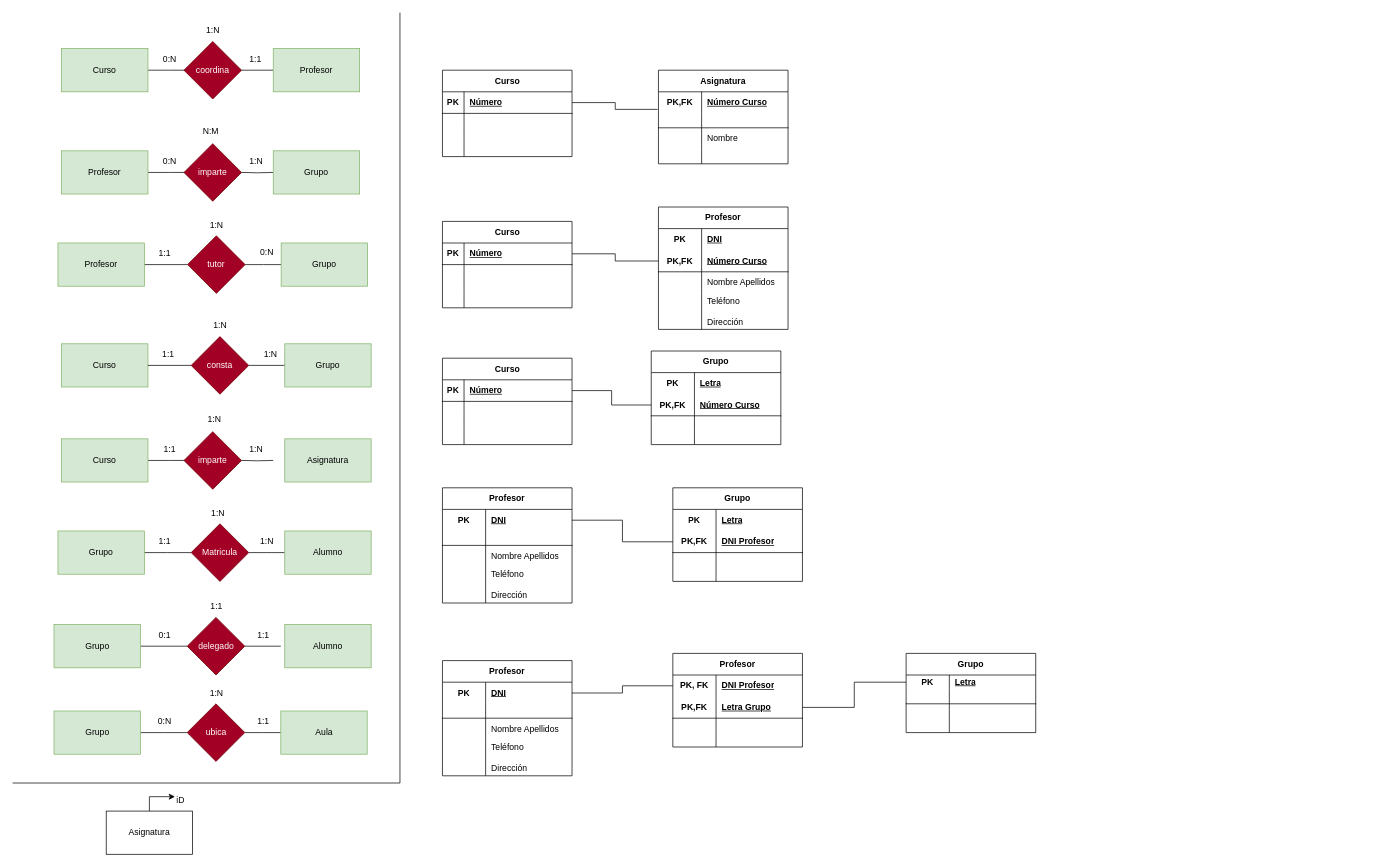
Earlier version of the draw.io diagram Unidad-2/Ejercicio-calificable-Docente-(MR-2)/Ejercicio-calificable-Docente-(MR-2).drawio (jpprguezz/BAE). Source tidied: cells renumbered, new cells numbered last; positions are measured from the earlier drawing's top-left corner, leaving out a move shared by most shapes. Both pictures are drawn from the tidied source at 72%, with x=0, y=0 at pixel (12, 12).
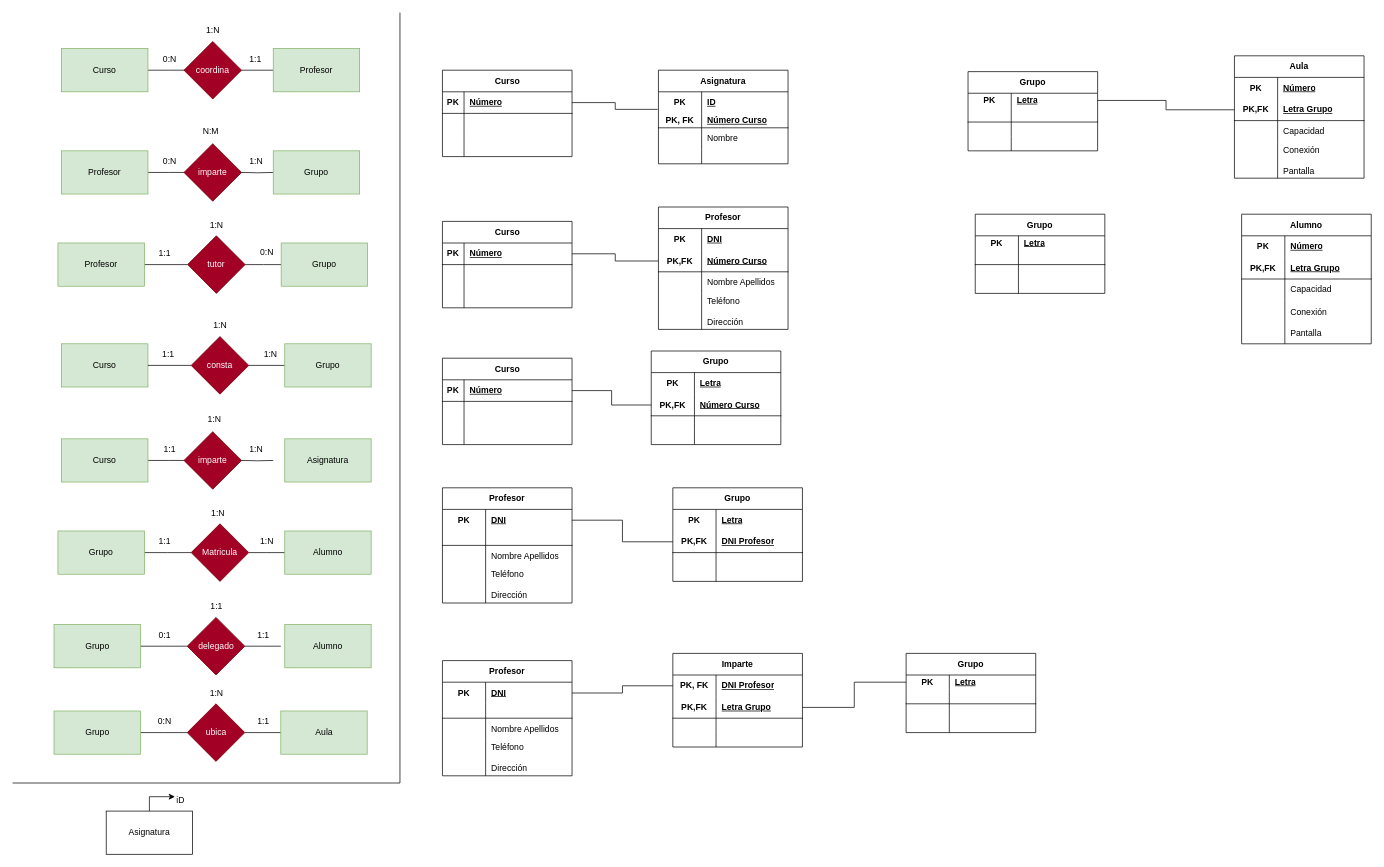
The same page after the edit.

The change refers to these unchanged cells:
```xml
<mxCell id="85" style="shape=tableRow;horizontal=0;startSize=0;swimlaneHead=0;swimlaneBody=0;fillColor=none;points=[[0,0.5],[1,0.5]];portConstraint=eastwest;top=0;left=0;right=0;bottom=0;html=1;" parent="84" vertex="1">
  <mxGeometry y="30" width="180" height="30" as="geometry" />
</mxCell>
<mxCell id="88" style="shape=tableRow;horizontal=0;startSize=0;swimlaneHead=0;swimlaneBody=0;fillColor=none;top=0;left=0;right=0;bottom=1;html=1;" parent="84" vertex="1">
  <mxGeometry y="60" width="180" height="20" as="geometry" />
</mxCell>
```

Diff of the diagram source:
```diff
@@
-    <mxCell id="86" value="PK,FK" style="shape=partialRectangle;fillColor=none;top=0;left=0;bottom=0;right=0;fontStyle=1;overflow=hidden;html=1;whiteSpace=wrap;" parent="85" vertex="1">
+    <mxCell id="86" value="PK" style="shape=partialRectangle;fillColor=none;top=0;left=0;bottom=0;right=0;fontStyle=1;overflow=hidden;html=1;whiteSpace=wrap;" parent="85" vertex="1">
       <mxGeometry width="60" height="30" as="geometry" />
     </mxCell>
-    <mxCell id="87" value="Número Curso" style="shape=partialRectangle;fillColor=none;top=0;left=0;bottom=0;right=0;align=left;spacingLeft=6;fontStyle=5;overflow=hidden;html=1;whiteSpace=wrap;" parent="85" vertex="1">
+    <mxCell id="87" value="ID" style="shape=partialRectangle;fillColor=none;top=0;left=0;bottom=0;right=0;align=left;spacingLeft=6;fontStyle=5;overflow=hidden;html=1;whiteSpace=wrap;" parent="85" vertex="1">
       <mxGeometry x="60" width="120" height="30" as="geometry" />
     </mxCell>
@@
-    <mxCell id="89" style="shape=partialRectangle;fillColor=none;top=0;left=0;bottom=0;right=0;fontStyle=1;overflow=hidden;html=1;whiteSpace=wrap;" parent="88" vertex="1">
+    <mxCell id="89" value="PK, FK" style="shape=partialRectangle;fillColor=none;top=0;left=0;bottom=0;right=0;fontStyle=1;overflow=hidden;html=1;whiteSpace=wrap;" parent="88" vertex="1">
       <mxGeometry width="60" height="20" as="geometry" />
     </mxCell>
-    <mxCell id="90" style="shape=partialRectangle;fillColor=none;top=0;left=0;bottom=0;right=0;align=left;spacingLeft=6;fontStyle=5;overflow=hidden;html=1;whiteSpace=wrap;" parent="88" vertex="1">
+    <mxCell id="90" value="Número Curso" style="shape=partialRectangle;fillColor=none;top=0;left=0;bottom=0;right=0;align=left;spacingLeft=6;fontStyle=5;overflow=hidden;html=1;whiteSpace=wrap;" parent="88" vertex="1">
       <mxGeometry x="60" width="120" height="20" as="geometry" />
     </mxCell>
@@
-    <mxCell id="205" value="Profesor" style="shape=table;startSize=30;childLayout=tableLayout;rowLines=0;fontStyle=1;align=center;html=1;whiteSpace=wrap;" parent="1" vertex="1">
+    <mxCell id="205" value="Imparte" style="shape=table;startSize=30;childLayout=tableLayout;rowLines=0;fontStyle=1;align=center;html=1;whiteSpace=wrap;" parent="1" vertex="1">
       <mxGeometry x="917" y="890" width="180" height="130" as="geometry" />
     </mxCell>
@@
+    <mxCell id="220" value="Grupo" style="shape=table;startSize=30;childLayout=tableLayout;rowLines=0;fontStyle=1;align=center;html=1;whiteSpace=wrap;" parent="1" vertex="1">
+      <mxGeometry x="1327" y="82" width="180" height="110" as="geometry" />
+    </mxCell>
+    <mxCell id="221" style="shape=tableRow;horizontal=0;startSize=0;swimlaneHead=0;swimlaneBody=0;fillColor=none;points=[[0,0.5],[1,0.5]];portConstraint=eastwest;top=0;left=0;right=0;bottom=0;html=1;" parent="220" vertex="1">
+      <mxGeometry y="30" width="180" height="20" as="geometry" />
+    </mxCell>
+    <mxCell id="222" value="PK" style="shape=partialRectangle;fillColor=none;top=0;left=0;bottom=0;right=0;fontStyle=1;overflow=hidden;html=1;whiteSpace=wrap;" parent="221" vertex="1">
+      <mxGeometry width="60" height="20" as="geometry" />
+    </mxCell>
+    <mxCell id="223" value="Letra" style="shape=partialRectangle;fillColor=none;top=0;left=0;bottom=0;right=0;align=left;spacingLeft=6;fontStyle=5;overflow=hidden;html=1;whiteSpace=wrap;" parent="221" vertex="1">
+      <mxGeometry x="60" width="120" height="20" as="geometry" />
+    </mxCell>
+    <mxCell id="224" style="shape=tableRow;horizontal=0;startSize=0;swimlaneHead=0;swimlaneBody=0;fillColor=none;top=0;left=0;right=0;bottom=1;html=1;" parent="220" vertex="1">
+      <mxGeometry y="50" width="180" height="20" as="geometry" />
+    </mxCell>
+    <mxCell id="225" style="shape=partialRectangle;fillColor=none;top=0;left=0;bottom=0;right=0;fontStyle=1;overflow=hidden;html=1;whiteSpace=wrap;" parent="224" vertex="1">
+      <mxGeometry width="60" height="20" as="geometry" />
+    </mxCell>
+    <mxCell id="226" style="shape=partialRectangle;fillColor=none;top=0;left=0;bottom=0;right=0;align=left;spacingLeft=6;fontStyle=5;overflow=hidden;html=1;whiteSpace=wrap;" parent="224" vertex="1">
+      <mxGeometry x="60" width="120" height="20" as="geometry" />
+    </mxCell>
+    <mxCell id="227" style="shape=tableRow;horizontal=0;startSize=0;swimlaneHead=0;swimlaneBody=0;fillColor=none;top=0;left=0;right=0;bottom=0;html=1;" parent="220" vertex="1">
+      <mxGeometry y="70" width="180" height="20" as="geometry" />
+    </mxCell>
+    <mxCell id="228" style="shape=partialRectangle;fillColor=none;top=0;left=0;bottom=0;right=0;overflow=hidden;html=1;whiteSpace=wrap;" parent="227" vertex="1">
+      <mxGeometry width="60" height="20" as="geometry" />
+    </mxCell>
+    <mxCell id="229" style="shape=partialRectangle;fillColor=none;top=0;left=0;bottom=0;right=0;align=left;spacingLeft=6;overflow=hidden;html=1;whiteSpace=wrap;" parent="227" vertex="1">
+      <mxGeometry x="60" width="120" height="20" as="geometry" />
+    </mxCell>
+    <mxCell id="230" style="shape=tableRow;horizontal=0;startSize=0;swimlaneHead=0;swimlaneBody=0;fillColor=none;top=0;left=0;right=0;bottom=0;html=1;" parent="220" vertex="1">
+      <mxGeometry y="90" width="180" height="20" as="geometry" />
+    </mxCell>
+    <mxCell id="231" style="shape=partialRectangle;fillColor=none;top=0;left=0;bottom=0;right=0;overflow=hidden;html=1;whiteSpace=wrap;" parent="230" vertex="1">
+      <mxGeometry width="60" height="20" as="geometry" />
+    </mxCell>
+    <mxCell id="232" style="shape=partialRectangle;fillColor=none;top=0;left=0;bottom=0;right=0;align=left;spacingLeft=6;overflow=hidden;html=1;whiteSpace=wrap;" parent="230" vertex="1">
+      <mxGeometry x="60" width="120" height="20" as="geometry" />
+    </mxCell>
+    <mxCell id="233" value="Aula" style="shape=table;startSize=30;childLayout=tableLayout;rowLines=0;fontStyle=1;align=center;html=1;whiteSpace=wrap;" parent="1" vertex="1">
+      <mxGeometry x="1697" y="60" width="180" height="170" as="geometry" />
+    </mxCell>
+    <mxCell id="234" style="shape=tableRow;horizontal=0;startSize=0;swimlaneHead=0;swimlaneBody=0;fillColor=none;top=0;left=0;right=0;bottom=0;html=1;" parent="233" vertex="1">
+      <mxGeometry y="30" width="180" height="30" as="geometry" />
+    </mxCell>
+    <mxCell id="235" value="PK" style="shape=partialRectangle;fillColor=none;top=0;left=0;bottom=0;right=0;fontStyle=1;overflow=hidden;html=1;whiteSpace=wrap;" parent="234" vertex="1">
+      <mxGeometry width="60" height="30" as="geometry" />
+    </mxCell>
+    <mxCell id="236" value="Número" style="shape=partialRectangle;fillColor=none;top=0;left=0;bottom=0;right=0;align=left;spacingLeft=6;fontStyle=5;overflow=hidden;html=1;whiteSpace=wrap;" parent="234" vertex="1">
+      <mxGeometry x="60" width="120" height="30" as="geometry" />
+    </mxCell>
+    <mxCell id="237" style="shape=tableRow;horizontal=0;startSize=0;swimlaneHead=0;swimlaneBody=0;fillColor=none;points=[[0,0.5],[1,0.5]];portConstraint=eastwest;top=0;left=0;right=0;bottom=1;html=1;" parent="233" vertex="1">
+      <mxGeometry y="60" width="180" height="30" as="geometry" />
+    </mxCell>
+    <mxCell id="238" value="PK,FK" style="shape=partialRectangle;fillColor=none;top=0;left=0;bottom=0;right=0;fontStyle=1;overflow=hidden;html=1;whiteSpace=wrap;" parent="237" vertex="1">
+      <mxGeometry width="60" height="30" as="geometry" />
+    </mxCell>
+    <mxCell id="239" value="Letra Grupo" style="shape=partialRectangle;fillColor=none;top=0;left=0;bottom=0;right=0;align=left;spacingLeft=6;fontStyle=5;overflow=hidden;html=1;whiteSpace=wrap;" parent="237" vertex="1">
+      <mxGeometry x="60" width="120" height="30" as="geometry" />
+    </mxCell>
+    <mxCell id="240" style="shape=tableRow;horizontal=0;startSize=0;swimlaneHead=0;swimlaneBody=0;fillColor=none;top=0;left=0;right=0;bottom=0;html=1;" parent="233" vertex="1">
+      <mxGeometry y="90" width="180" height="30" as="geometry" />
+    </mxCell>
+    <mxCell id="241" style="shape=partialRectangle;fillColor=none;top=0;left=0;bottom=0;right=0;overflow=hidden;html=1;whiteSpace=wrap;" parent="240" vertex="1">
+      <mxGeometry width="60" height="30" as="geometry" />
+    </mxCell>
+    <mxCell id="242" value="Capacidad" style="shape=partialRectangle;fillColor=none;top=0;left=0;bottom=0;right=0;align=left;spacingLeft=6;overflow=hidden;html=1;whiteSpace=wrap;" parent="240" vertex="1">
+      <mxGeometry x="60" width="120" height="30" as="geometry" />
+    </mxCell>
+    <mxCell id="243" style="shape=tableRow;horizontal=0;startSize=0;swimlaneHead=0;swimlaneBody=0;fillColor=none;top=0;left=0;right=0;bottom=0;html=1;" parent="233" vertex="1">
+      <mxGeometry y="120" width="180" height="50" as="geometry" />
+    </mxCell>
+    <mxCell id="244" style="shape=partialRectangle;fillColor=none;top=0;left=0;bottom=0;right=0;overflow=hidden;html=1;whiteSpace=wrap;" parent="243" vertex="1">
+      <mxGeometry width="60" height="50" as="geometry" />
+    </mxCell>
+    <mxCell id="245" value="&lt;div&gt;Conexión&lt;/div&gt;&lt;div&gt;&lt;br&gt;&lt;/div&gt;&lt;div&gt;Pantalla&lt;br&gt;&lt;/div&gt;" style="shape=partialRectangle;fillColor=none;top=0;left=0;bottom=0;right=0;align=left;spacingLeft=6;overflow=hidden;html=1;whiteSpace=wrap;" parent="243" vertex="1">
+      <mxGeometry x="60" width="120" height="50" as="geometry" />
+    </mxCell>
+    <mxCell id="246" style="edgeStyle=orthogonalEdgeStyle;rounded=0;jettySize=auto;html=1;entryX=0;entryY=0.5;entryDx=0;entryDy=0;endArrow=none;endFill=0;" parent="1" edge="1" source="221" target="237">
+      <mxGeometry relative="1" as="geometry" />
+    </mxCell>
+    <mxCell id="247" value="Grupo" style="shape=table;startSize=30;childLayout=tableLayout;rowLines=0;fontStyle=1;align=center;html=1;whiteSpace=wrap;" parent="1" vertex="1">
+      <mxGeometry x="1337" y="280" width="180" height="110" as="geometry" />
+    </mxCell>
+    <mxCell id="248" style="shape=tableRow;horizontal=0;startSize=0;swimlaneHead=0;swimlaneBody=0;fillColor=none;top=0;left=0;right=0;bottom=0;html=1;" parent="247" vertex="1">
+      <mxGeometry y="30" width="180" height="20" as="geometry" />
+    </mxCell>
+    <mxCell id="249" value="PK" style="shape=partialRectangle;fillColor=none;top=0;left=0;bottom=0;right=0;fontStyle=1;overflow=hidden;html=1;whiteSpace=wrap;" parent="248" vertex="1">
+      <mxGeometry width="60" height="20" as="geometry" />
+    </mxCell>
+    <mxCell id="250" value="Letra" style="shape=partialRectangle;fillColor=none;top=0;left=0;bottom=0;right=0;align=left;spacingLeft=6;fontStyle=5;overflow=hidden;html=1;whiteSpace=wrap;" parent="248" vertex="1">
+      <mxGeometry x="60" width="120" height="20" as="geometry" />
+    </mxCell>
+    <mxCell id="251" style="shape=tableRow;horizontal=0;startSize=0;swimlaneHead=0;swimlaneBody=0;fillColor=none;top=0;left=0;right=0;bottom=1;html=1;" parent="247" vertex="1">
+      <mxGeometry y="50" width="180" height="20" as="geometry" />
+    </mxCell>
+    <mxCell id="252" style="shape=partialRectangle;fillColor=none;top=0;left=0;bottom=0;right=0;fontStyle=1;overflow=hidden;html=1;whiteSpace=wrap;" parent="251" vertex="1">
+      <mxGeometry width="60" height="20" as="geometry" />
+    </mxCell>
+    <mxCell id="253" style="shape=partialRectangle;fillColor=none;top=0;left=0;bottom=0;right=0;align=left;spacingLeft=6;fontStyle=5;overflow=hidden;html=1;whiteSpace=wrap;" parent="251" vertex="1">
+      <mxGeometry x="60" width="120" height="20" as="geometry" />
+    </mxCell>
+    <mxCell id="254" style="shape=tableRow;horizontal=0;startSize=0;swimlaneHead=0;swimlaneBody=0;fillColor=none;top=0;left=0;right=0;bottom=0;html=1;" parent="247" vertex="1">
+      <mxGeometry y="70" width="180" height="20" as="geometry" />
+    </mxCell>
+    <mxCell id="255" style="shape=partialRectangle;fillColor=none;top=0;left=0;bottom=0;right=0;overflow=hidden;html=1;whiteSpace=wrap;" parent="254" vertex="1">
+      <mxGeometry width="60" height="20" as="geometry" />
+    </mxCell>
+    <mxCell id="256" style="shape=partialRectangle;fillColor=none;top=0;left=0;bottom=0;right=0;align=left;spacingLeft=6;overflow=hidden;html=1;whiteSpace=wrap;" parent="254" vertex="1">
+      <mxGeometry x="60" width="120" height="20" as="geometry" />
+    </mxCell>
+    <mxCell id="257" style="shape=tableRow;horizontal=0;startSize=0;swimlaneHead=0;swimlaneBody=0;fillColor=none;top=0;left=0;right=0;bottom=0;html=1;" parent="247" vertex="1">
+      <mxGeometry y="90" width="180" height="20" as="geometry" />
+    </mxCell>
+    <mxCell id="258" style="shape=partialRectangle;fillColor=none;top=0;left=0;bottom=0;right=0;overflow=hidden;html=1;whiteSpace=wrap;" parent="257" vertex="1">
+      <mxGeometry width="60" height="20" as="geometry" />
+    </mxCell>
+    <mxCell id="259" style="shape=partialRectangle;fillColor=none;top=0;left=0;bottom=0;right=0;align=left;spacingLeft=6;overflow=hidden;html=1;whiteSpace=wrap;" parent="257" vertex="1">
+      <mxGeometry x="60" width="120" height="20" as="geometry" />
+    </mxCell>
+    <mxCell id="260" value="Alumno" style="shape=table;startSize=30;childLayout=tableLayout;rowLines=0;fontStyle=1;align=center;html=1;whiteSpace=wrap;" parent="1" vertex="1">
+      <mxGeometry x="1707" y="280" width="180" height="180" as="geometry" />
+    </mxCell>
+    <mxCell id="261" style="shape=tableRow;horizontal=0;startSize=0;swimlaneHead=0;swimlaneBody=0;fillColor=none;top=0;left=0;right=0;bottom=0;html=1;" parent="260" vertex="1">
+      <mxGeometry y="30" width="180" height="30" as="geometry" />
+    </mxCell>
+    <mxCell id="262" value="PK" style="shape=partialRectangle;fillColor=none;top=0;left=0;bottom=0;right=0;fontStyle=1;overflow=hidden;html=1;whiteSpace=wrap;" parent="261" vertex="1">
+      <mxGeometry width="60" height="30" as="geometry" />
+    </mxCell>
+    <mxCell id="263" value="Número" style="shape=partialRectangle;fillColor=none;top=0;left=0;bottom=0;right=0;align=left;spacingLeft=6;fontStyle=5;overflow=hidden;html=1;whiteSpace=wrap;" parent="261" vertex="1">
+      <mxGeometry x="60" width="120" height="30" as="geometry" />
+    </mxCell>
+    <mxCell id="264" style="shape=tableRow;horizontal=0;startSize=0;swimlaneHead=0;swimlaneBody=0;fillColor=none;top=0;left=0;right=0;bottom=1;html=1;" parent="260" vertex="1">
+      <mxGeometry y="60" width="180" height="30" as="geometry" />
+    </mxCell>
+    <mxCell id="265" value="PK,FK" style="shape=partialRectangle;fillColor=none;top=0;left=0;bottom=0;right=0;fontStyle=1;overflow=hidden;html=1;whiteSpace=wrap;" parent="264" vertex="1">
+      <mxGeometry width="60" height="30" as="geometry" />
+    </mxCell>
+    <mxCell id="266" value="Letra Grupo" style="shape=partialRectangle;fillColor=none;top=0;left=0;bottom=0;right=0;align=left;spacingLeft=6;fontStyle=5;overflow=hidden;html=1;whiteSpace=wrap;" parent="264" vertex="1">
+      <mxGeometry x="60" width="120" height="30" as="geometry" />
+    </mxCell>
+    <mxCell id="267" style="shape=tableRow;horizontal=0;startSize=0;swimlaneHead=0;swimlaneBody=0;fillColor=none;top=0;left=0;right=0;bottom=0;html=1;" parent="260" vertex="1">
+      <mxGeometry y="90" width="180" height="30" as="geometry" />
+    </mxCell>
+    <mxCell id="268" style="shape=partialRectangle;fillColor=none;top=0;left=0;bottom=0;right=0;overflow=hidden;html=1;whiteSpace=wrap;" parent="267" vertex="1">
+      <mxGeometry width="60" height="30" as="geometry" />
+    </mxCell>
+    <mxCell id="269" value="Capacidad" style="shape=partialRectangle;fillColor=none;top=0;left=0;bottom=0;right=0;align=left;spacingLeft=6;overflow=hidden;html=1;whiteSpace=wrap;" parent="267" vertex="1">
+      <mxGeometry x="60" width="120" height="30" as="geometry" />
+    </mxCell>
+    <mxCell id="270" style="shape=tableRow;horizontal=0;startSize=0;swimlaneHead=0;swimlaneBody=0;fillColor=none;top=0;left=0;right=0;bottom=0;html=1;" parent="260" vertex="1">
+      <mxGeometry y="120" width="180" height="60" as="geometry" />
+    </mxCell>
+    <mxCell id="271" style="shape=partialRectangle;fillColor=none;top=0;left=0;bottom=0;right=0;overflow=hidden;html=1;whiteSpace=wrap;" parent="270" vertex="1">
+      <mxGeometry width="60" height="60" as="geometry" />
+    </mxCell>
+    <mxCell id="272" value="&lt;div&gt;Conexión&lt;/div&gt;&lt;div&gt;&lt;br&gt;&lt;/div&gt;&lt;div&gt;Pantalla&lt;br&gt;&lt;/div&gt;" style="shape=partialRectangle;fillColor=none;top=0;left=0;bottom=0;right=0;align=left;spacingLeft=6;overflow=hidden;html=1;whiteSpace=wrap;" parent="270" vertex="1">
+      <mxGeometry x="60" width="120" height="60" as="geometry" />
+    </mxCell>
```
